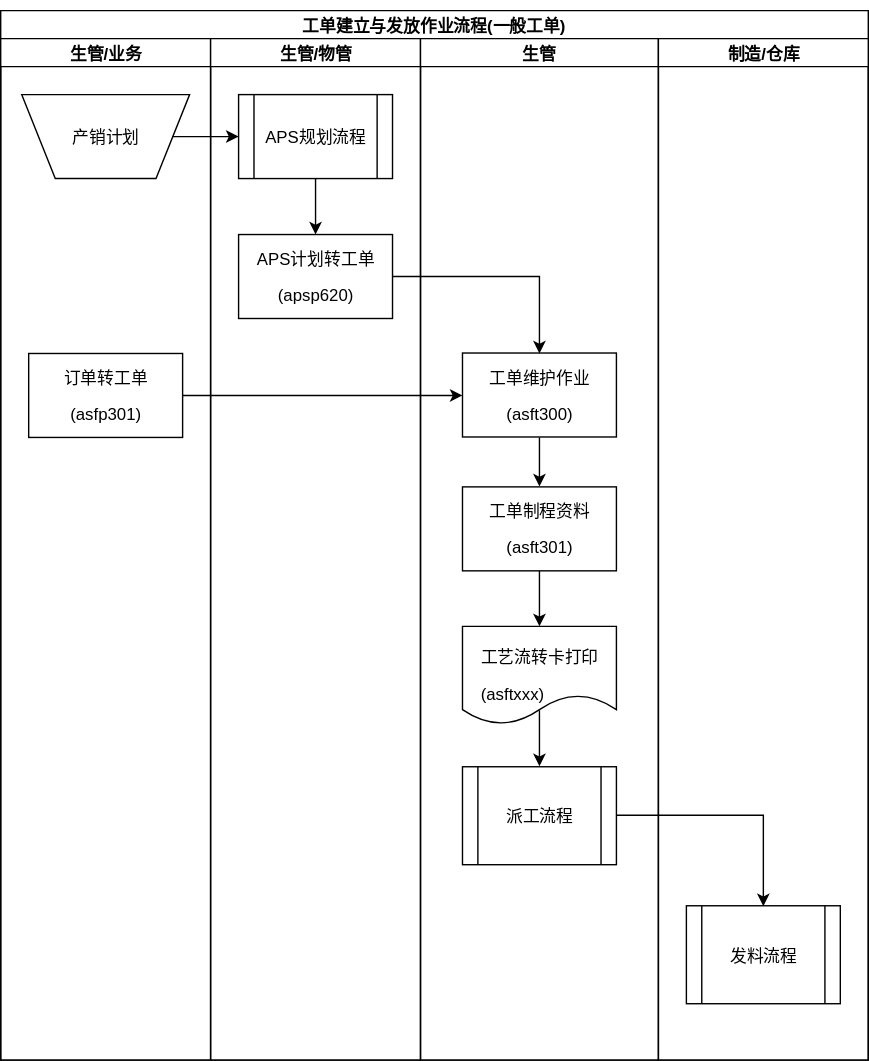
This is ver01/FT_ASF001.svg from ft2017/sop, a draw.io export, as it was before one commit. Source tidied: cells renumbered, new cells last; positions are measured from the earlier drawing's top-left corner, leaving out a move shared by most shapes. Its diagram source:
```xml
<mxGraphModel background="#ffffff">
  <root>
    <mxCell id="0" />
    <mxCell id="1" parent="0" />
    <mxCell id="2" value="&lt;p align=&quot;center&quot;&gt;&lt;b&gt;&lt;span&gt;工单建立与发放作业流程&lt;/span&gt;&lt;/b&gt;&lt;b&gt;&lt;span lang=&quot;EN-US&quot;&gt;(&lt;/span&gt;一般工单&lt;span lang=&quot;EN-US&quot;&gt;)&lt;/span&gt;&lt;/b&gt;&lt;/p&gt;" style="swimlane;html=1;startSize=20;align=center;" parent="1" vertex="1">
      <mxGeometry width="620" height="750" as="geometry" />
    </mxCell>
    <mxCell id="3" value="生管/业务" style="swimlane;html=1;startSize=20;" parent="2" vertex="1">
      <mxGeometry y="20" width="150" height="730" as="geometry" />
    </mxCell>
    <mxCell id="4" value="产销计划" style="shape=trapezoid;whiteSpace=wrap;html=1;rotation=0;verticalAlign=middle;flipV=1;flipH=0;" parent="3" vertex="1">
      <mxGeometry x="15" y="40" width="120" height="60" as="geometry" />
    </mxCell>
    <mxCell id="5" style="edgeStyle=orthogonalEdgeStyle;rounded=0;html=1;exitX=0.25;exitY=0;entryX=0.25;entryY=0;jettySize=auto;orthogonalLoop=1;" parent="3" edge="1" source="4" target="4">
      <mxGeometry relative="1" as="geometry" />
    </mxCell>
    <mxCell id="6" style="edgeStyle=orthogonalEdgeStyle;rounded=0;html=1;exitX=0.5;exitY=0;entryX=0.5;entryY=0;jettySize=auto;orthogonalLoop=1;" parent="3" edge="1" source="4" target="4">
      <mxGeometry relative="1" as="geometry" />
    </mxCell>
    <mxCell id="7" value="&lt;p align=&quot;center&quot;&gt;&lt;span&gt;订单转工单&lt;/span&gt;&lt;/p&gt;&lt;p align=&quot;center&quot;&gt;&lt;span lang=&quot;EN-US&quot;&gt;(&lt;/span&gt;&lt;span lang=&quot;EN-US&quot;&gt;asfp301&lt;/span&gt;&lt;span lang=&quot;EN-US&quot;&gt;)&lt;/span&gt;&lt;/p&gt;" style="whiteSpace=wrap;html=1;" parent="3" vertex="1">
      <mxGeometry x="20" y="225" width="110" height="60" as="geometry" />
    </mxCell>
    <mxCell id="8" value="生管/物管" style="swimlane;html=1;startSize=20;" parent="2" vertex="1">
      <mxGeometry x="150" y="20" width="150" height="730" as="geometry" />
    </mxCell>
    <mxCell id="9" style="edgeStyle=orthogonalEdgeStyle;rounded=0;html=1;exitX=0.5;exitY=1;jettySize=auto;" parent="8" edge="1" source="10" target="11">
      <mxGeometry relative="1" as="geometry" />
    </mxCell>
    <mxCell id="10" value="&lt;p align=&quot;center&quot;&gt;&lt;span lang=&quot;EN-US&quot;&gt;APS&lt;/span&gt;&lt;span&gt;规划流程&lt;/span&gt;&lt;/p&gt;" style="shape=process;whiteSpace=wrap;html=1;" parent="8" vertex="1">
      <mxGeometry x="20" y="40" width="110" height="60" as="geometry" />
    </mxCell>
    <mxCell id="11" value="&lt;p align=&quot;center&quot;&gt;&lt;span lang=&quot;EN-US&quot;&gt;APS&lt;/span&gt;&lt;span&gt;计划转工单&lt;/span&gt;&lt;/p&gt;&lt;p align=&quot;center&quot;&gt;&lt;span lang=&quot;EN-US&quot;&gt;(&lt;/span&gt;&lt;span lang=&quot;EN-US&quot;&gt;apsp620&lt;/span&gt;&lt;span lang=&quot;EN-US&quot;&gt;)&lt;/span&gt;&lt;/p&gt;" style="whiteSpace=wrap;html=1;" parent="8" vertex="1">
      <mxGeometry x="20" y="140" width="110" height="60" as="geometry" />
    </mxCell>
    <mxCell id="12" value="生管" style="swimlane;html=1;startSize=20;" parent="2" vertex="1">
      <mxGeometry x="300" y="20" width="170" height="730" as="geometry" />
    </mxCell>
    <mxCell id="13" style="edgeStyle=orthogonalEdgeStyle;rounded=0;html=1;exitX=0.5;exitY=1;entryX=0.5;entryY=0;jettySize=auto;" parent="12" edge="1" source="14" target="16">
      <mxGeometry relative="1" as="geometry" />
    </mxCell>
    <mxCell id="14" value="&lt;p align=&quot;center&quot;&gt;&lt;span&gt;工单维护作业&lt;/span&gt;&lt;/p&gt;&lt;p align=&quot;center&quot;&gt;&lt;span lang=&quot;EN-US&quot;&gt;(&lt;/span&gt;&lt;span lang=&quot;EN-US&quot;&gt;asft300&lt;/span&gt;&lt;span lang=&quot;EN-US&quot;&gt;)&lt;/span&gt;&lt;/p&gt;" style="whiteSpace=wrap;html=1;" parent="12" vertex="1">
      <mxGeometry x="30" y="224.7" width="110" height="60" as="geometry" />
    </mxCell>
    <mxCell id="15" style="edgeStyle=orthogonalEdgeStyle;rounded=0;html=1;exitX=0.5;exitY=1;entryX=0.5;entryY=0;jettySize=auto;" parent="12" edge="1" source="16" target="17">
      <mxGeometry relative="1" as="geometry" />
    </mxCell>
    <mxCell id="16" value="&lt;p align=&quot;center&quot;&gt;&lt;span&gt;工单制程资料&lt;/span&gt;&lt;/p&gt;&lt;p align=&quot;center&quot;&gt;&lt;span lang=&quot;EN-US&quot;&gt;(&lt;/span&gt;&lt;span lang=&quot;EN-US&quot;&gt;asft301&lt;/span&gt;&lt;span lang=&quot;EN-US&quot;&gt;)&lt;/span&gt;&lt;/p&gt;" style="whiteSpace=wrap;html=1;" parent="12" vertex="1">
      <mxGeometry x="30" y="320.3" width="110" height="60" as="geometry" />
    </mxCell>
    <mxCell id="17" value="&lt;p align=&quot;center&quot; style=&quot;text-align: left&quot;&gt;&lt;span&gt;工艺流转卡打印&lt;/span&gt;&lt;/p&gt;&lt;p align=&quot;center&quot; style=&quot;text-align: left&quot;&gt;&lt;span lang=&quot;EN-US&quot;&gt;(asftxxx)&lt;/span&gt;&lt;/p&gt;" style="shape=document;whiteSpace=wrap;html=1;" parent="12" vertex="1">
      <mxGeometry x="30" y="420" width="110" height="70" as="geometry" />
    </mxCell>
    <mxCell id="18" style="edgeStyle=orthogonalEdgeStyle;rounded=0;html=1;exitX=0.5;exitY=0.857;entryX=0.5;entryY=0;jettySize=auto;exitPerimeter=0;" parent="12" edge="1" source="17" target="19">
      <mxGeometry relative="1" as="geometry" />
    </mxCell>
    <mxCell id="19" value="&lt;p align=&quot;center&quot;&gt;&lt;span&gt;派工&lt;/span&gt;&lt;span&gt;流程&lt;/span&gt;&lt;/p&gt;" style="shape=process;whiteSpace=wrap;html=1;" parent="12" vertex="1">
      <mxGeometry x="30" y="520.3" width="110" height="70" as="geometry" />
    </mxCell>
    <mxCell id="20" value="制造/仓库" style="swimlane;html=1;startSize=20;" parent="2" vertex="1">
      <mxGeometry x="470" y="20" width="150" height="730" as="geometry" />
    </mxCell>
    <mxCell id="21" value="&lt;p align=&quot;center&quot;&gt;&lt;span&gt;发料流程&lt;/span&gt;&lt;/p&gt;" style="shape=process;whiteSpace=wrap;html=1;" parent="20" vertex="1">
      <mxGeometry x="20" y="619.7" width="110" height="70" as="geometry" />
    </mxCell>
    <mxCell id="22" style="edgeStyle=orthogonalEdgeStyle;rounded=0;html=1;exitX=0.903;exitY=0.5;entryX=0;entryY=0.5;jettySize=auto;exitPerimeter=0;" parent="2" edge="1" source="4" target="10">
      <mxGeometry relative="1" as="geometry" />
    </mxCell>
    <mxCell id="23" style="edgeStyle=orthogonalEdgeStyle;rounded=0;html=1;exitX=1;exitY=0.5;entryX=0;entryY=0.5;jettySize=auto;" parent="2" edge="1" source="7" target="14">
      <mxGeometry relative="1" as="geometry" />
    </mxCell>
    <mxCell id="24" style="edgeStyle=orthogonalEdgeStyle;rounded=0;html=1;exitX=1;exitY=0.5;entryX=0.5;entryY=0;jettySize=auto;" parent="2" edge="1" source="11" target="14">
      <mxGeometry relative="1" as="geometry" />
    </mxCell>
    <mxCell id="25" style="edgeStyle=orthogonalEdgeStyle;rounded=0;html=1;exitX=1;exitY=0.5;entryX=0.5;entryY=0;jettySize=auto;" parent="2" edge="1" source="19" target="21">
      <mxGeometry relative="1" as="geometry" />
    </mxCell>
  </root>
</mxGraphModel>
```
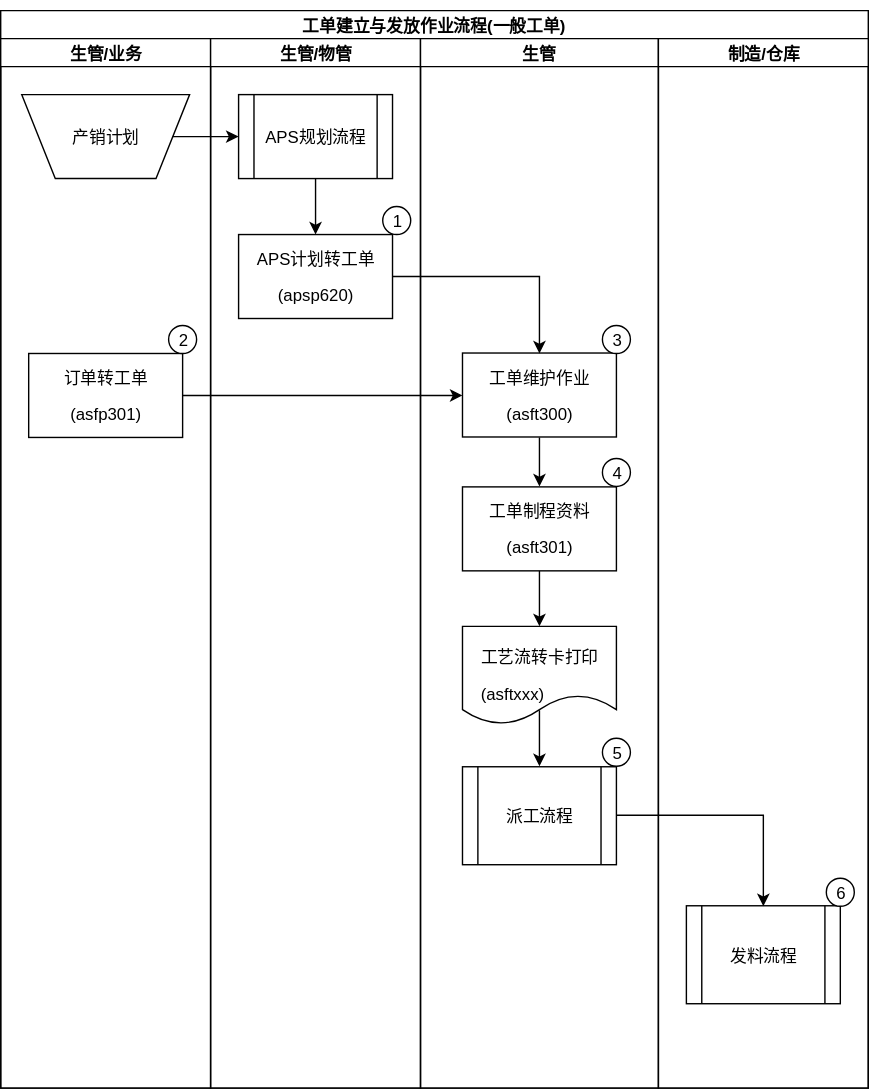
The same file after the commit.

What changed in the source:
```diff
@@ -3,10 +3,10 @@
     <mxCell id="0" />
     <mxCell id="1" parent="0" />
     <mxCell id="2" value="&lt;p align=&quot;center&quot;&gt;&lt;b&gt;&lt;span&gt;工单建立与发放作业流程&lt;/span&gt;&lt;/b&gt;&lt;b&gt;&lt;span lang=&quot;EN-US&quot;&gt;(&lt;/span&gt;一般工单&lt;span lang=&quot;EN-US&quot;&gt;)&lt;/span&gt;&lt;/b&gt;&lt;/p&gt;" style="swimlane;html=1;startSize=20;align=center;" parent="1" vertex="1">
-      <mxGeometry width="620" height="750" as="geometry" />
+      <mxGeometry width="620" height="770" as="geometry" />
     </mxCell>
     <mxCell id="3" value="生管/业务" style="swimlane;html=1;startSize=20;" parent="2" vertex="1">
-      <mxGeometry y="20" width="150" height="730" as="geometry" />
+      <mxGeometry y="20" width="150" height="750" as="geometry" />
     </mxCell>
     <mxCell id="4" value="产销计划" style="shape=trapezoid;whiteSpace=wrap;html=1;rotation=0;verticalAlign=middle;flipV=1;flipH=0;" parent="3" vertex="1">
       <mxGeometry x="15" y="40" width="120" height="60" as="geometry" />
@@ -20,8 +20,11 @@
     <mxCell id="7" value="&lt;p align=&quot;center&quot;&gt;&lt;span&gt;订单转工单&lt;/span&gt;&lt;/p&gt;&lt;p align=&quot;center&quot;&gt;&lt;span lang=&quot;EN-US&quot;&gt;(&lt;/span&gt;&lt;span lang=&quot;EN-US&quot;&gt;asfp301&lt;/span&gt;&lt;span lang=&quot;EN-US&quot;&gt;)&lt;/span&gt;&lt;/p&gt;" style="whiteSpace=wrap;html=1;" parent="3" vertex="1">
       <mxGeometry x="20" y="225" width="110" height="60" as="geometry" />
     </mxCell>
+    <mxCell id="26" value="2" style="ellipse;whiteSpace=wrap;html=1;align=center;" parent="3" vertex="1">
+      <mxGeometry x="120" y="205" width="20" height="20" as="geometry" />
+    </mxCell>
     <mxCell id="8" value="生管/物管" style="swimlane;html=1;startSize=20;" parent="2" vertex="1">
-      <mxGeometry x="150" y="20" width="150" height="730" as="geometry" />
+      <mxGeometry x="150" y="20" width="150" height="750" as="geometry" />
     </mxCell>
     <mxCell id="9" style="edgeStyle=orthogonalEdgeStyle;rounded=0;html=1;exitX=0.5;exitY=1;jettySize=auto;" parent="8" edge="1" source="10" target="11">
       <mxGeometry relative="1" as="geometry" />
@@ -32,8 +35,11 @@
     <mxCell id="11" value="&lt;p align=&quot;center&quot;&gt;&lt;span lang=&quot;EN-US&quot;&gt;APS&lt;/span&gt;&lt;span&gt;计划转工单&lt;/span&gt;&lt;/p&gt;&lt;p align=&quot;center&quot;&gt;&lt;span lang=&quot;EN-US&quot;&gt;(&lt;/span&gt;&lt;span lang=&quot;EN-US&quot;&gt;apsp620&lt;/span&gt;&lt;span lang=&quot;EN-US&quot;&gt;)&lt;/span&gt;&lt;/p&gt;" style="whiteSpace=wrap;html=1;" parent="8" vertex="1">
       <mxGeometry x="20" y="140" width="110" height="60" as="geometry" />
     </mxCell>
+    <mxCell id="27" value="1" style="ellipse;whiteSpace=wrap;html=1;align=center;" parent="8" vertex="1">
+      <mxGeometry x="123" y="120" width="20" height="20" as="geometry" />
+    </mxCell>
     <mxCell id="12" value="生管" style="swimlane;html=1;startSize=20;" parent="2" vertex="1">
-      <mxGeometry x="300" y="20" width="170" height="730" as="geometry" />
+      <mxGeometry x="300" y="20" width="170" height="750" as="geometry" />
     </mxCell>
     <mxCell id="13" style="edgeStyle=orthogonalEdgeStyle;rounded=0;html=1;exitX=0.5;exitY=1;entryX=0.5;entryY=0;jettySize=auto;" parent="12" edge="1" source="14" target="16">
       <mxGeometry relative="1" as="geometry" />
@@ -56,12 +62,27 @@
     <mxCell id="19" value="&lt;p align=&quot;center&quot;&gt;&lt;span&gt;派工&lt;/span&gt;&lt;span&gt;流程&lt;/span&gt;&lt;/p&gt;" style="shape=process;whiteSpace=wrap;html=1;" parent="12" vertex="1">
       <mxGeometry x="30" y="520.3" width="110" height="70" as="geometry" />
     </mxCell>
+    <mxCell id="28" value="3" style="ellipse;whiteSpace=wrap;html=1;align=center;" parent="12" vertex="1">
+      <mxGeometry x="130" y="205" width="20" height="20" as="geometry" />
+    </mxCell>
+    <mxCell id="29" value="4" style="ellipse;whiteSpace=wrap;html=1;align=center;" parent="12" vertex="1">
+      <mxGeometry x="130" y="300" width="20" height="20" as="geometry" />
+    </mxCell>
+    <mxCell id="30" style="edgeStyle=orthogonalEdgeStyle;rounded=0;html=1;exitX=1;exitY=0.5;entryX=1;entryY=0.5;jettySize=auto;orthogonalLoop=1;" parent="12" edge="1" source="16" target="16">
+      <mxGeometry relative="1" as="geometry" />
+    </mxCell>
+    <mxCell id="31" value="5" style="ellipse;whiteSpace=wrap;html=1;align=center;" parent="12" vertex="1">
+      <mxGeometry x="130" y="500" width="20" height="20" as="geometry" />
+    </mxCell>
     <mxCell id="20" value="制造/仓库" style="swimlane;html=1;startSize=20;" parent="2" vertex="1">
-      <mxGeometry x="470" y="20" width="150" height="730" as="geometry" />
+      <mxGeometry x="470" y="20" width="150" height="750" as="geometry" />
     </mxCell>
     <mxCell id="21" value="&lt;p align=&quot;center&quot;&gt;&lt;span&gt;发料流程&lt;/span&gt;&lt;/p&gt;" style="shape=process;whiteSpace=wrap;html=1;" parent="20" vertex="1">
       <mxGeometry x="20" y="619.7" width="110" height="70" as="geometry" />
     </mxCell>
+    <mxCell id="32" value="6" style="ellipse;whiteSpace=wrap;html=1;align=center;" parent="20" vertex="1">
+      <mxGeometry x="120" y="600" width="20" height="20" as="geometry" />
+    </mxCell>
     <mxCell id="22" style="edgeStyle=orthogonalEdgeStyle;rounded=0;html=1;exitX=0.903;exitY=0.5;entryX=0;entryY=0.5;jettySize=auto;exitPerimeter=0;" parent="2" edge="1" source="4" target="10">
       <mxGeometry relative="1" as="geometry" />
     </mxCell>
```
